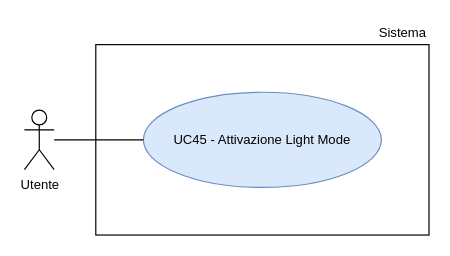
thebitless-group-swe/thebitless.github.io keeps this draw.io diagram as RTB/doc_esterna/analisi-dei-requisiti/assets/draw.io/UC45.drawio. Above is the earlier version. Source tidied: cells renumbered, new cells numbered last; positions are measured from the earlier drawing's top-left corner, leaving out a move shared by most shapes. Both pictures are drawn from the tidied source at 119%, with x=0, y=0 at pixel (24, 20).
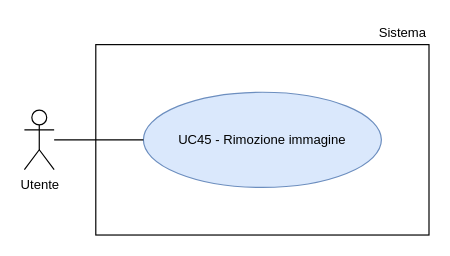
The same page after the edit.

Diff of the diagram source:
```diff
@@
 <mxGraphModel>
   <root>
     <mxCell id="0" />
     <mxCell id="1" parent="0" />
     <mxCell id="2" value="Utente" style="shape=umlActor;verticalLabelPosition=bottom;verticalAlign=top;html=1;outlineConnect=0;fontSize=11;" parent="1" vertex="1">
       <mxGeometry y="75" width="25" height="50" as="geometry" />
     </mxCell>
     <mxCell id="3" style="rounded=0;whiteSpace=wrap;html=1;strokeWidth=1;" parent="1" vertex="1">
       <mxGeometry x="60" y="20" width="280" height="160" as="geometry" />
     </mxCell>
     <mxCell id="4" value="Sistema" style="text;html=1;whiteSpace=wrap;strokeColor=none;fillColor=none;align=right;verticalAlign=middle;fontSize=11;" parent="1" vertex="1">
       <mxGeometry x="270" width="70" height="20" as="geometry" />
     </mxCell>
-    <mxCell id="5" value="UC45 - Attivazione Light Mode" style="ellipse;whiteSpace=wrap;html=1;fillColor=#dae8fc;strokeColor=#6c8ebf;fontSize=11;" parent="1" vertex="1">
+    <mxCell id="5" value="UC45 - Rimozione immagine" style="ellipse;whiteSpace=wrap;html=1;fillColor=#dae8fc;strokeColor=#6c8ebf;fontSize=11;" parent="1" vertex="1">
       <mxGeometry x="100" y="60" width="200" height="80" as="geometry" />
     </mxCell>
     <mxCell id="6" style="edgeStyle=none;rounded=0;jettySize=auto;html=1;endArrow=none;endFill=0;" parent="1" edge="1" source="2" target="5">
       <mxGeometry relative="1" as="geometry" />
     </mxCell>
   </root>
 </mxGraphModel>
```
